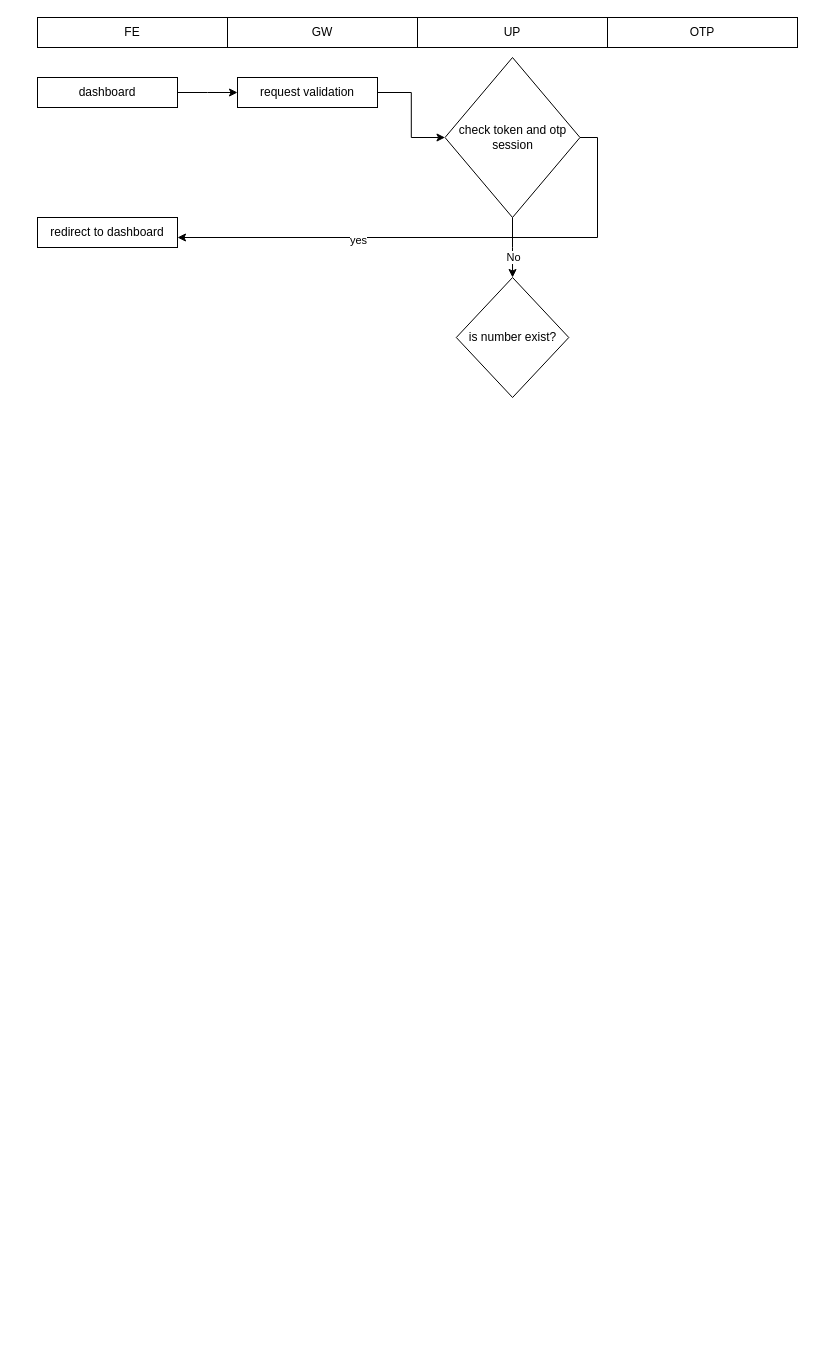
mohamadjaelani/notes keeps this draw.io diagram as otp.drawio. Above is the earlier version. Source tidied: cells renumbered, new cells numbered last; positions are measured from the earlier drawing's top-left corner, leaving out a move shared by most shapes. Both pictures are drawn from the tidied source at 100%, with x=0, y=0 at pixel (37, 17).
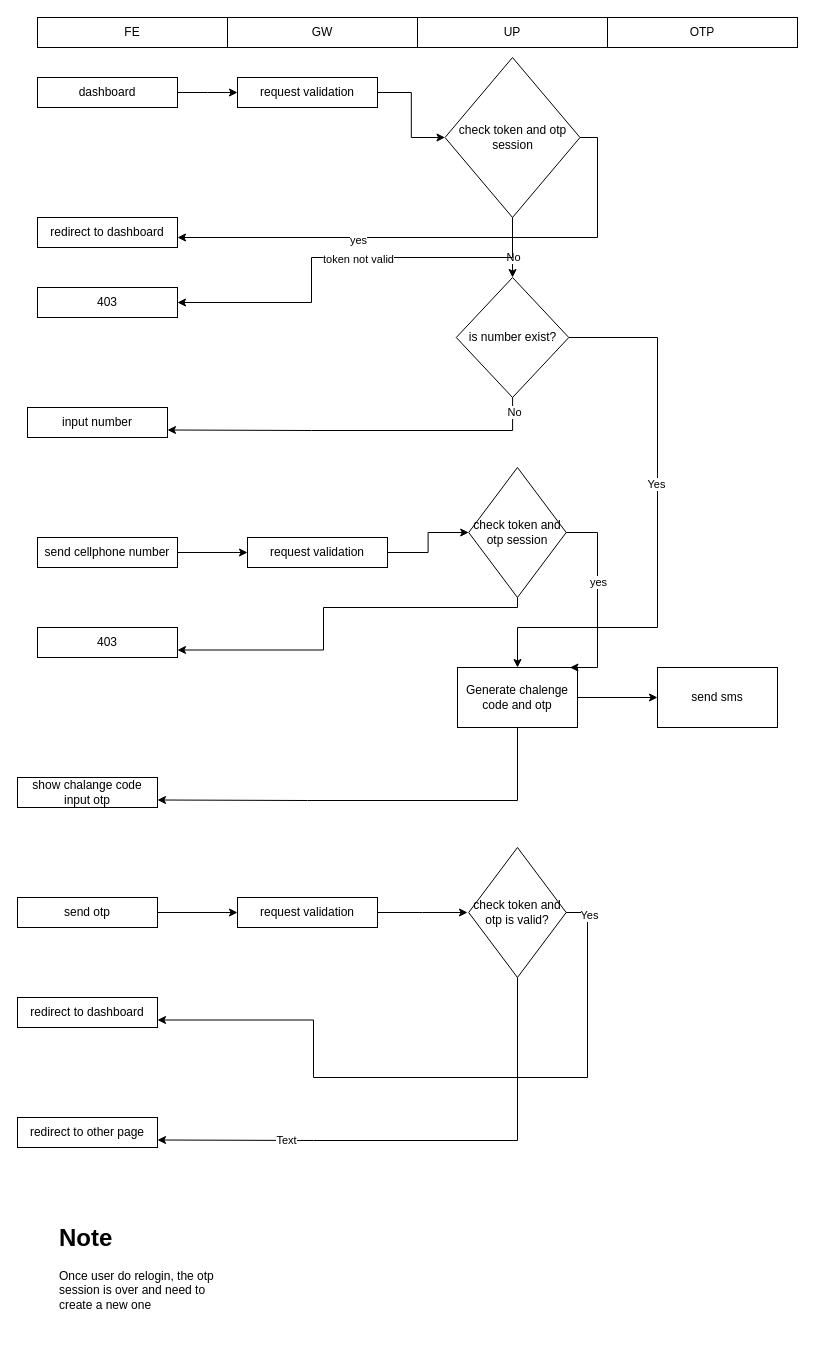
The same page after the edit.

The change refers to these unchanged cells:
```xml
<mxCell id="15" value="check token and otp session" style="rhombus;whiteSpace=wrap;html=1;" parent="1" vertex="1">
  <mxGeometry x="407.5" y="40" width="135" height="160" as="geometry" />
</mxCell>
<mxCell id="17" value="is number exist?" style="rhombus;whiteSpace=wrap;html=1;" parent="1" vertex="1">
  <mxGeometry x="418.8" y="260" width="112.5" height="120" as="geometry" />
</mxCell>
```

The edit, as a diff of the source:
```diff
@@
+    <mxCell id="18" style="edgeStyle=orthogonalEdgeStyle;rounded=0;jettySize=auto;html=1;entryX=1;entryY=0.5;entryDx=0;entryDy=0;" parent="1" edge="1" source="15" target="39">
+      <mxGeometry relative="1" as="geometry">
+        <Array as="points">
+          <mxPoint x="475" y="240" />
+          <mxPoint x="274" y="240" />
+          <mxPoint x="274" y="285" />
+        </Array>
+      </mxGeometry>
+    </mxCell>
+    <mxCell id="19" value="token not valid" style="edgeLabel;html=1;align=center;verticalAlign=middle;" parent="18" vertex="1">
+      <mxGeometry x="-0.07" y="1" relative="1" as="geometry" />
+    </mxCell>
@@
+    <mxCell id="20" style="edgeStyle=orthogonalEdgeStyle;rounded=0;jettySize=auto;html=1;entryX=1;entryY=0.75;entryDx=0;entryDy=0;" parent="1" edge="1" source="17" target="24">
+      <mxGeometry relative="1" as="geometry">
+        <Array as="points">
+          <mxPoint x="475" y="413" />
+          <mxPoint x="274" y="413" />
+        </Array>
+      </mxGeometry>
+    </mxCell>
+    <mxCell id="21" value="No" style="edgeLabel;html=1;align=center;verticalAlign=middle;" parent="20" vertex="1">
+      <mxGeometry x="-0.92" y="1" relative="1" as="geometry" />
+    </mxCell>
+    <mxCell id="22" style="edgeStyle=orthogonalEdgeStyle;rounded=0;jettySize=auto;html=1;" parent="1" edge="1" source="17" target="28">
+      <mxGeometry relative="1" as="geometry">
+        <Array as="points">
+          <mxPoint x="620" y="320" />
+          <mxPoint x="620" y="610" />
+          <mxPoint x="480" y="610" />
+        </Array>
+      </mxGeometry>
+    </mxCell>
+    <mxCell id="23" value="Yes" style="edgeLabel;html=1;align=center;verticalAlign=middle;" parent="22" vertex="1">
+      <mxGeometry x="-0.16" y="-2" relative="1" as="geometry" />
+    </mxCell>
@@
+    <mxCell id="24" value="input number" style="rounded=0;whiteSpace=wrap;html=1;verticalAlign=middle;" parent="1" vertex="1">
+      <mxGeometry x="-10" y="390" width="140" height="30" as="geometry" />
+    </mxCell>
+    <mxCell id="25" value="show chalange code input otp" style="rounded=0;whiteSpace=wrap;html=1;verticalAlign=middle;" parent="1" vertex="1">
+      <mxGeometry x="-20" y="760" width="140" height="30" as="geometry" />
+    </mxCell>
+    <mxCell id="26" style="edgeStyle=orthogonalEdgeStyle;rounded=0;jettySize=auto;html=1;" parent="1" edge="1" source="28" target="29">
+      <mxGeometry relative="1" as="geometry" />
+    </mxCell>
+    <mxCell id="27" style="edgeStyle=orthogonalEdgeStyle;rounded=0;jettySize=auto;html=1;entryX=1;entryY=0.75;entryDx=0;entryDy=0;" parent="1" edge="1" source="28" target="25">
+      <mxGeometry relative="1" as="geometry">
+        <Array as="points">
+          <mxPoint x="480" y="783" />
+          <mxPoint x="270" y="783" />
+        </Array>
+      </mxGeometry>
+    </mxCell>
+    <mxCell id="28" value="Generate chalenge code and otp" style="rounded=0;whiteSpace=wrap;html=1;" parent="1" vertex="1">
+      <mxGeometry x="420" y="650" width="120" height="60" as="geometry" />
+    </mxCell>
+    <mxCell id="29" value="send sms" style="rounded=0;whiteSpace=wrap;html=1;" parent="1" vertex="1">
+      <mxGeometry x="620" y="650" width="120" height="60" as="geometry" />
+    </mxCell>
+    <mxCell id="30" style="edgeStyle=orthogonalEdgeStyle;rounded=0;jettySize=auto;html=1;entryX=0;entryY=0.5;entryDx=0;entryDy=0;" parent="1" edge="1" source="31" target="35">
+      <mxGeometry relative="1" as="geometry" />
+    </mxCell>
+    <mxCell id="31" value="request validation" style="rounded=0;whiteSpace=wrap;html=1;verticalAlign=middle;" parent="1" vertex="1">
+      <mxGeometry x="210" y="520" width="140" height="30" as="geometry" />
+    </mxCell>
+    <mxCell id="32" style="edgeStyle=orthogonalEdgeStyle;rounded=0;jettySize=auto;html=1;entryX=0;entryY=0.5;entryDx=0;entryDy=0;" parent="1" edge="1" source="33" target="31">
+      <mxGeometry relative="1" as="geometry" />
+    </mxCell>
+    <mxCell id="33" value="send cellphone number" style="rounded=0;whiteSpace=wrap;html=1;verticalAlign=middle;" parent="1" vertex="1">
+      <mxGeometry y="520" width="140" height="30" as="geometry" />
+    </mxCell>
+    <mxCell id="34" style="edgeStyle=orthogonalEdgeStyle;rounded=0;jettySize=auto;html=1;entryX=1;entryY=0.75;entryDx=0;entryDy=0;" parent="1" edge="1" source="35" target="38">
+      <mxGeometry relative="1" as="geometry">
+        <Array as="points">
+          <mxPoint x="480" y="590" />
+          <mxPoint x="286" y="590" />
+          <mxPoint x="286" y="633" />
+        </Array>
+      </mxGeometry>
+    </mxCell>
+    <mxCell id="35" value="check token and otp session" style="rhombus;whiteSpace=wrap;html=1;" parent="1" vertex="1">
+      <mxGeometry x="431.2" y="450" width="97.5" height="130" as="geometry" />
+    </mxCell>
+    <mxCell id="36" style="edgeStyle=orthogonalEdgeStyle;rounded=0;jettySize=auto;html=1;entryX=0.937;entryY=0;entryDx=0;entryDy=0;entryPerimeter=0;" parent="1" edge="1" source="35" target="28">
+      <mxGeometry relative="1" as="geometry">
+        <Array as="points">
+          <mxPoint x="560" y="515" />
+          <mxPoint x="560" y="650" />
+        </Array>
+      </mxGeometry>
+    </mxCell>
+    <mxCell id="37" value="yes" style="edgeLabel;html=1;align=center;verticalAlign=middle;" parent="36" vertex="1">
+      <mxGeometry x="-0.16" relative="1" as="geometry" />
+    </mxCell>
+    <mxCell id="38" value="403" style="rounded=0;whiteSpace=wrap;html=1;verticalAlign=middle;" parent="1" vertex="1">
+      <mxGeometry y="610" width="140" height="30" as="geometry" />
+    </mxCell>
+    <mxCell id="39" value="403" style="rounded=0;whiteSpace=wrap;html=1;verticalAlign=middle;" parent="1" vertex="1">
+      <mxGeometry y="270" width="140" height="30" as="geometry" />
+    </mxCell>
+    <mxCell id="40" style="edgeStyle=orthogonalEdgeStyle;rounded=0;jettySize=auto;html=1;" parent="1" edge="1" source="41">
+      <mxGeometry relative="1" as="geometry">
+        <mxPoint x="430" y="895" as="targetPoint" />
+      </mxGeometry>
+    </mxCell>
+    <mxCell id="41" value="request validation" style="rounded=0;whiteSpace=wrap;html=1;verticalAlign=middle;" parent="1" vertex="1">
+      <mxGeometry x="200" y="880" width="140" height="30" as="geometry" />
+    </mxCell>
+    <mxCell id="42" style="edgeStyle=orthogonalEdgeStyle;rounded=0;jettySize=auto;html=1;entryX=1;entryY=0.75;entryDx=0;entryDy=0;" parent="1" edge="1" source="46" target="49">
+      <mxGeometry relative="1" as="geometry">
+        <Array as="points">
+          <mxPoint x="550" y="895" />
+          <mxPoint x="550" y="1060" />
+          <mxPoint x="276" y="1060" />
+          <mxPoint x="276" y="1003" />
+        </Array>
+      </mxGeometry>
+    </mxCell>
+    <mxCell id="43" value="Yes" style="edgeLabel;html=1;align=center;verticalAlign=middle;" parent="42" vertex="1">
+      <mxGeometry x="-0.93" y="1" relative="1" as="geometry" />
+    </mxCell>
+    <mxCell id="44" style="edgeStyle=orthogonalEdgeStyle;rounded=0;jettySize=auto;html=1;entryX=1;entryY=0.75;entryDx=0;entryDy=0;" parent="1" edge="1" source="46" target="50">
+      <mxGeometry relative="1" as="geometry">
+        <Array as="points">
+          <mxPoint x="480" y="1123" />
+          <mxPoint x="276" y="1123" />
+        </Array>
+      </mxGeometry>
+    </mxCell>
+    <mxCell id="45" value="Text" style="edgeLabel;html=1;align=center;verticalAlign=middle;" parent="44" vertex="1">
+      <mxGeometry x="0.51" relative="1" as="geometry" />
+    </mxCell>
+    <mxCell id="46" value="check token and otp is valid?" style="rhombus;whiteSpace=wrap;html=1;" parent="1" vertex="1">
+      <mxGeometry x="431.2" y="830" width="97.5" height="130" as="geometry" />
+    </mxCell>
+    <mxCell id="47" style="edgeStyle=orthogonalEdgeStyle;rounded=0;jettySize=auto;html=1;entryX=0;entryY=0.5;entryDx=0;entryDy=0;" parent="1" edge="1" source="48" target="41">
+      <mxGeometry relative="1" as="geometry" />
+    </mxCell>
+    <mxCell id="48" value="send otp" style="rounded=0;whiteSpace=wrap;html=1;verticalAlign=middle;" parent="1" vertex="1">
+      <mxGeometry x="-20" y="880" width="140" height="30" as="geometry" />
+    </mxCell>
+    <mxCell id="49" value="redirect to dashboard" style="rounded=0;whiteSpace=wrap;html=1;verticalAlign=middle;" parent="1" vertex="1">
+      <mxGeometry x="-20" y="980" width="140" height="30" as="geometry" />
+    </mxCell>
+    <mxCell id="50" value="redirect to other page" style="rounded=0;whiteSpace=wrap;html=1;verticalAlign=middle;" parent="1" vertex="1">
+      <mxGeometry x="-20" y="1100" width="140" height="30" as="geometry" />
+    </mxCell>
+    <mxCell id="51" value="&lt;h1 style=&quot;margin-top: 0px;&quot;&gt;Note&lt;/h1&gt;&lt;p&gt;Once user do relogin, the otp session is over and need to create a new one&lt;/p&gt;" style="text;html=1;whiteSpace=wrap;overflow=hidden;rounded=0;" parent="1" vertex="1">
+      <mxGeometry x="20" y="1200" width="180" height="120" as="geometry" />
+    </mxCell>
```
